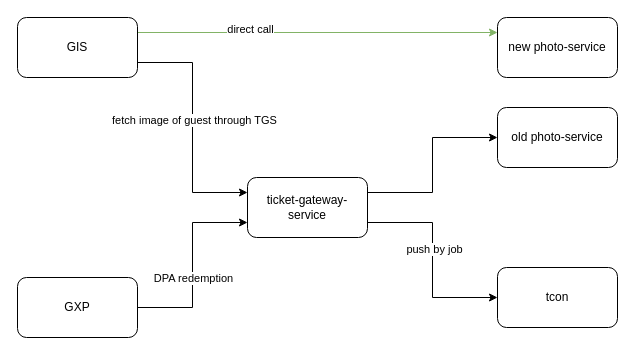
Before: disney/TGS.drawio in lixyu/draw, a draw.io diagram. Source tidied: cells renumbered, new cells numbered last; positions are measured from the earlier drawing's top-left corner, leaving out a move shared by most shapes. Both pictures are drawn from the tidied source at 100%, with x=0, y=0 at pixel (17, 17).
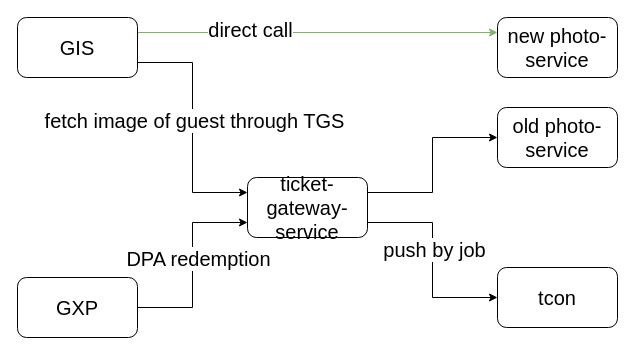
After the change.

The edit, as a diff of the source:
```diff
@@
 <mxGraphModel>
   <root>
     <mxCell id="0" />
     <mxCell id="1" parent="0" />
-    <mxCell id="2" style="edgeStyle=orthogonalEdgeStyle;rounded=0;jettySize=auto;html=1;exitX=1;exitY=0.25;exitDx=0;exitDy=0;entryX=0;entryY=0.5;entryDx=0;entryDy=0;" parent="1" edge="1" source="5" target="6">
+    <mxCell id="2" style="edgeStyle=orthogonalEdgeStyle;rounded=0;jettySize=auto;html=1;exitX=1;exitY=0.25;exitDx=0;exitDy=0;entryX=0;entryY=0.5;entryDx=0;entryDy=0;fontSize=20;" parent="1" edge="1" source="5" target="6">
       <mxGeometry relative="1" as="geometry" />
     </mxCell>
-    <mxCell id="3" style="edgeStyle=orthogonalEdgeStyle;rounded=0;jettySize=auto;html=1;exitX=1;exitY=0.75;exitDx=0;exitDy=0;entryX=0;entryY=0.5;entryDx=0;entryDy=0;" parent="1" edge="1" source="5" target="8">
+    <mxCell id="3" style="edgeStyle=orthogonalEdgeStyle;rounded=0;jettySize=auto;html=1;exitX=1;exitY=0.75;exitDx=0;exitDy=0;entryX=0;entryY=0.5;entryDx=0;entryDy=0;fontSize=20;" parent="1" edge="1" source="5" target="8">
       <mxGeometry relative="1" as="geometry" />
     </mxCell>
-    <mxCell id="4" value="push by job" style="edgeLabel;html=1;align=center;verticalAlign=middle;" parent="3" vertex="1">
+    <mxCell id="4" value="push by job" style="edgeLabel;html=1;align=center;verticalAlign=middle;fontSize=20;" parent="3" vertex="1">
       <mxGeometry x="-0.11" y="1" relative="1" as="geometry" />
     </mxCell>
-    <mxCell id="5" value="ticket-gateway-service" style="rounded=1;whiteSpace=wrap;html=1;" parent="1" vertex="1">
+    <mxCell id="5" value="ticket-gateway-service" style="rounded=1;whiteSpace=wrap;html=1;fontSize=20;" parent="1" vertex="1">
       <mxGeometry x="230" y="160" width="120" height="60" as="geometry" />
     </mxCell>
-    <mxCell id="6" value="old photo-service" style="rounded=1;whiteSpace=wrap;html=1;" parent="1" vertex="1">
+    <mxCell id="6" value="old photo-service" style="rounded=1;whiteSpace=wrap;html=1;fontSize=20;" parent="1" vertex="1">
       <mxGeometry x="480" y="90" width="120" height="60" as="geometry" />
     </mxCell>
-    <mxCell id="7" value="new photo-service" style="rounded=1;whiteSpace=wrap;html=1;" parent="1" vertex="1">
+    <mxCell id="7" value="new photo-service" style="rounded=1;whiteSpace=wrap;html=1;fontSize=20;" parent="1" vertex="1">
       <mxGeometry x="480" width="120" height="60" as="geometry" />
     </mxCell>
-    <mxCell id="8" value="tcon" style="rounded=1;whiteSpace=wrap;html=1;" parent="1" vertex="1">
+    <mxCell id="8" value="tcon" style="rounded=1;whiteSpace=wrap;html=1;fontSize=20;" parent="1" vertex="1">
       <mxGeometry x="480" y="250" width="120" height="60" as="geometry" />
     </mxCell>
-    <mxCell id="9" style="edgeStyle=orthogonalEdgeStyle;rounded=0;jettySize=auto;html=1;exitX=1;exitY=0.5;exitDx=0;exitDy=0;entryX=0;entryY=0.75;entryDx=0;entryDy=0;" parent="1" edge="1" source="11" target="5">
+    <mxCell id="9" style="edgeStyle=orthogonalEdgeStyle;rounded=0;jettySize=auto;html=1;exitX=1;exitY=0.5;exitDx=0;exitDy=0;entryX=0;entryY=0.75;entryDx=0;entryDy=0;fontSize=20;" parent="1" edge="1" source="11" target="5">
       <mxGeometry relative="1" as="geometry" />
     </mxCell>
-    <mxCell id="10" value="DPA redemption" style="edgeLabel;html=1;align=center;verticalAlign=middle;" parent="9" vertex="1">
-      <mxGeometry x="-0.13" relative="1" as="geometry" />
+    <mxCell id="10" value="DPA redemption" style="edgeLabel;html=1;align=center;verticalAlign=middle;fontSize=20;" parent="9" vertex="1">
+      <mxGeometry x="-0.13" relative="1" as="geometry">
+        <mxPoint x="5" y="-20" as="offset" />
+      </mxGeometry>
     </mxCell>
-    <mxCell id="11" value="GXP" style="rounded=1;whiteSpace=wrap;html=1;" parent="1" vertex="1">
+    <mxCell id="11" value="GXP" style="rounded=1;whiteSpace=wrap;html=1;fontSize=20;" parent="1" vertex="1">
       <mxGeometry y="260" width="120" height="60" as="geometry" />
     </mxCell>
-    <mxCell id="12" style="edgeStyle=orthogonalEdgeStyle;rounded=0;jettySize=auto;html=1;exitX=1;exitY=0.75;exitDx=0;exitDy=0;entryX=0;entryY=0.25;entryDx=0;entryDy=0;" parent="1" edge="1" source="16" target="5">
+    <mxCell id="12" style="edgeStyle=orthogonalEdgeStyle;rounded=0;jettySize=auto;html=1;exitX=1;exitY=0.75;exitDx=0;exitDy=0;entryX=0;entryY=0.25;entryDx=0;entryDy=0;fontSize=20;" parent="1" edge="1" source="16" target="5">
       <mxGeometry relative="1" as="geometry" />
     </mxCell>
-    <mxCell id="13" value="fetch image of guest through TGS" style="edgeLabel;html=1;align=center;verticalAlign=middle;" parent="12" vertex="1">
+    <mxCell id="13" value="fetch image of guest through TGS" style="edgeLabel;html=1;align=center;verticalAlign=middle;fontSize=20;" parent="12" vertex="1">
       <mxGeometry x="-0.07" y="1" relative="1" as="geometry" />
     </mxCell>
-    <mxCell id="14" style="edgeStyle=orthogonalEdgeStyle;rounded=0;jettySize=auto;html=1;exitX=1;exitY=0.25;exitDx=0;exitDy=0;entryX=0;entryY=0.25;entryDx=0;entryDy=0;fillColor=#d5e8d4;strokeColor=#82b366;" parent="1" edge="1" source="16" target="7">
+    <mxCell id="14" style="edgeStyle=orthogonalEdgeStyle;rounded=0;jettySize=auto;html=1;exitX=1;exitY=0.25;exitDx=0;exitDy=0;entryX=0;entryY=0.25;entryDx=0;entryDy=0;fillColor=#d5e8d4;strokeColor=#82b366;fontSize=20;" parent="1" edge="1" source="16" target="7">
       <mxGeometry relative="1" as="geometry" />
     </mxCell>
-    <mxCell id="15" value="direct call" style="edgeLabel;html=1;align=center;verticalAlign=middle;" parent="14" vertex="1">
+    <mxCell id="15" value="direct call" style="edgeLabel;html=1;align=center;verticalAlign=middle;fontSize=20;" parent="14" vertex="1">
       <mxGeometry x="-0.38" y="3" relative="1" as="geometry" />
     </mxCell>
-    <mxCell id="16" value="GIS" style="rounded=1;whiteSpace=wrap;html=1;" parent="1" vertex="1">
+    <mxCell id="16" value="GIS" style="rounded=1;whiteSpace=wrap;html=1;fontSize=20;" parent="1" vertex="1">
       <mxGeometry width="120" height="60" as="geometry" />
     </mxCell>
   </root>
 </mxGraphModel>
```
